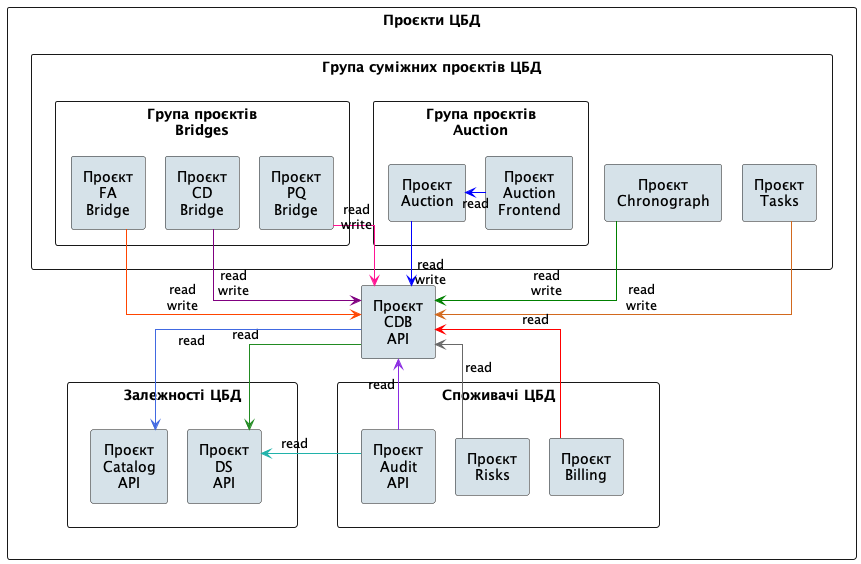
ProzorroUKR/openprocurement.api keeps this PlantUML diagram as docs/source/developers/projects/diagrams/projects.png. Above is the earlier version. The source it was exported from:
```plantuml
@startuml projects


skinparam linetype ortho
skinparam nodesep 20
skinparam ranksep 40
skinparam padding 2
skinparam defaultTextAlignment center


!define COLOR_PROJECT #D6E2E9


rectangle "Проєкти ЦБД" {
    rectangle "Група суміжних проєктів ЦБД" as CDBSatelliteProjectsGroup {
        rectangle "Проєкт\nChronograph" as ChronographProject COLOR_PROJECT
        rectangle "Група проєктів\nBridges" as BridgesProjectGroup {
            rectangle "Проєкт\nFA\nBridge" as BridgeFAProject COLOR_PROJECT
            rectangle "Проєкт\nCD\nBridge" as BridgeCDProject COLOR_PROJECT
            rectangle "Проєкт\nPQ\nBridge" as BridgePQProject COLOR_PROJECT
        }
        rectangle "Проєкт\nTasks" as TasksProject COLOR_PROJECT
        rectangle "Група проєктів\nAuction" as AuctionProjectGroup {
            rectangle "Проєкт\nAuction" as AuctionProject COLOR_PROJECT
            rectangle "Проєкт\nAuction\nFrontend" as AuctionFrontendProject COLOR_PROJECT
        }
    }

    rectangle "Проєкт\nCDB\nAPI" as CDBProject COLOR_PROJECT

    rectangle "Залежності ЦБД" as CDBDependencies {
        rectangle "Проєкт\nDS\nAPI" as DSAPIProject COLOR_PROJECT
        rectangle "Проєкт\nCatalog\nAPI" as CatalogAPIProject COLOR_PROJECT
    }

    rectangle "Споживачі ЦБД" as CDBConsumers {
        rectangle "Проєкт\nAudit\nAPI" as AuditAPIProject COLOR_PROJECT
        rectangle "Проєкт\nRisks" as RisksProject COLOR_PROJECT
        rectangle "Проєкт\nBilling" as BillingProject COLOR_PROJECT
    }
}


AuctionFrontendProject -left-> AuctionProject #Blue : read

CDBProject <-up- ChronographProject #Green : read\nwrite
CDBProject <-up- BridgeFAProject #OrangeRed : read\nwrite
CDBProject <-up- BridgeCDProject #Purple : read\nwrite
CDBProject <-up- BridgePQProject #DeepPink : read\nwrite
CDBProject <-up- TasksProject #Chocolate : read\nwrite

CDBProject <-up- AuctionProject #Blue : read\nwrite

CDBProject -down-> DSAPIProject #ForestGreen : read
CDBProject -down-> CatalogAPIProject #RoyalBlue : read

CDBProject <-down- AuditAPIProject #BlueViolet : read
CDBProject <-down- RisksProject #DimGray : read
CDBProject <-down- BillingProject #Red : read

AuditAPIProject -left-> DSAPIProject #LightSeaGreen : read


ChronographProject -[hidden]right- BridgeFAProject
BridgeFAProject -[hidden]right- BridgeCDProject
BridgeCDProject -[hidden]right- BridgePQProject
BridgePQProject -[hidden]right- TasksProject
TasksProject -[hidden]right- AuctionProject

CDBDependencies -[hidden]right- CDBConsumers
CatalogAPIProject -[hidden]right- DSAPIProject
DSAPIProject -[hidden]right- AuditAPIProject
AuditAPIProject -[hidden]right- RisksProject
RisksProject -[hidden]right- BillingProject

@enduml
```
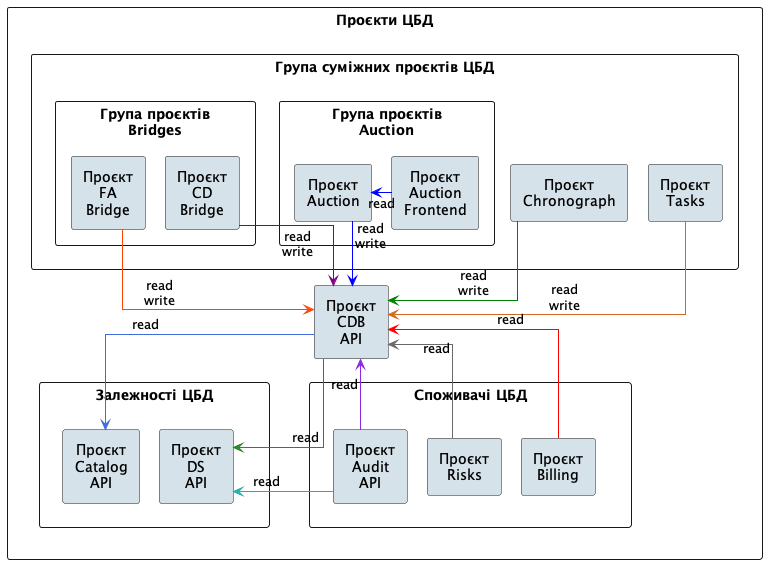
The same file after the commit.

The edit, as a diff of the source:
```diff
@@ -17,7 +17,6 @@
         rectangle "Група проєктів\nBridges" as BridgesProjectGroup {
             rectangle "Проєкт\nFA\nBridge" as BridgeFAProject COLOR_PROJECT
             rectangle "Проєкт\nCD\nBridge" as BridgeCDProject COLOR_PROJECT
-            rectangle "Проєкт\nPQ\nBridge" as BridgePQProject COLOR_PROJECT
         }
         rectangle "Проєкт\nTasks" as TasksProject COLOR_PROJECT
         rectangle "Група проєктів\nAuction" as AuctionProjectGroup {
@@ -46,7 +45,6 @@
 CDBProject <-up- ChronographProject #Green : read\nwrite
 CDBProject <-up- BridgeFAProject #OrangeRed : read\nwrite
 CDBProject <-up- BridgeCDProject #Purple : read\nwrite
-CDBProject <-up- BridgePQProject #DeepPink : read\nwrite
 CDBProject <-up- TasksProject #Chocolate : read\nwrite
 
 CDBProject <-up- AuctionProject #Blue : read\nwrite
@@ -63,8 +61,7 @@
 
 ChronographProject -[hidden]right- BridgeFAProject
 BridgeFAProject -[hidden]right- BridgeCDProject
-BridgeCDProject -[hidden]right- BridgePQProject
-BridgePQProject -[hidden]right- TasksProject
+BridgeCDProject -[hidden]right- TasksProject
 TasksProject -[hidden]right- AuctionProject
 
 CDBDependencies -[hidden]right- CDBConsumers
```
